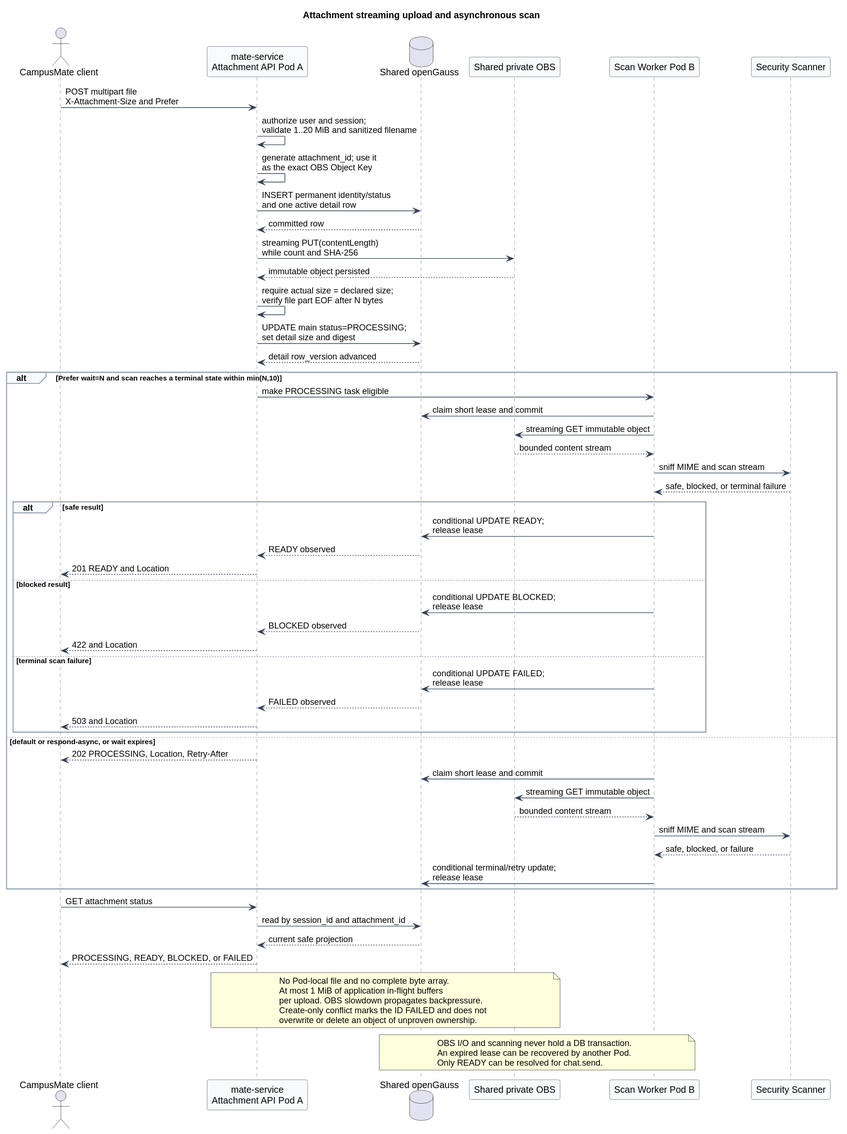
This is campusmate-attachment-service/attachment_upload_and_scan_flow.svg from superheromeZzh/pi-mono-java-design, a PlantUML export, as it was before one commit.
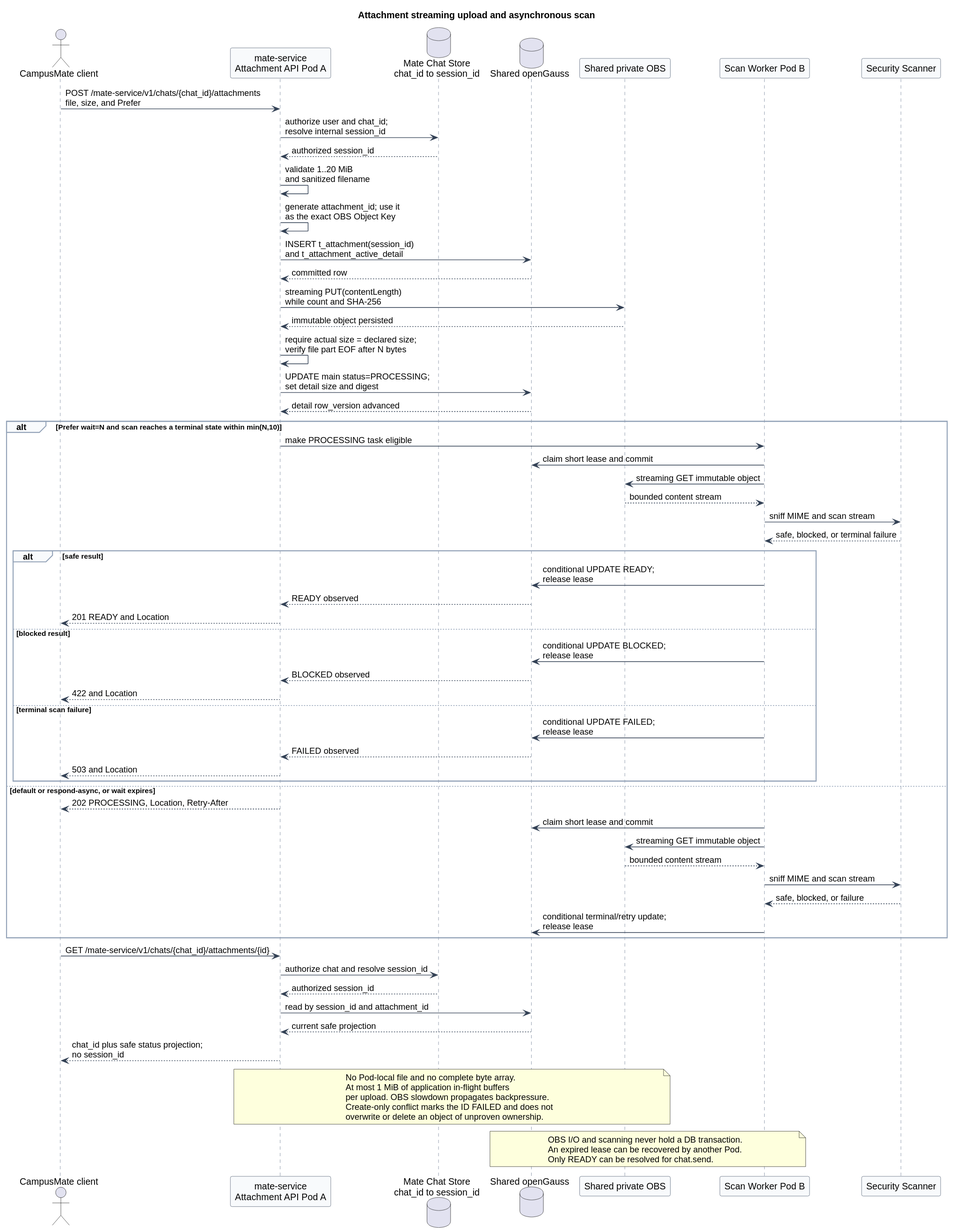
The same diagram one commit later.

Change to the diagram source:
```diff
@@ -17,15 +17,18 @@
 
 actor "CampusMate client" as Client
 participant "mate-service\nAttachment API Pod A" as API
+database "Mate Chat Store\nchat_id to session_id" as ChatStore
 database "Shared openGauss" as DB
 participant "Shared private OBS" as OBS
 participant "Scan Worker Pod B" as Worker
 participant "Security Scanner" as Scanner
 
-Client -> API : POST multipart file\nX-Attachment-Size and Prefer
-API -> API : authorize user and session;\nvalidate 1..20 MiB and sanitized filename
+Client -> API : POST /mate-service/v1/chats/{chat_id}/attachments\nfile, size, and Prefer
+API -> ChatStore : authorize user and chat_id;\nresolve internal session_id
+ChatStore --> API : authorized session_id
+API -> API : validate 1..20 MiB\nand sanitized filename
 API -> API : generate attachment_id; use it\nas the exact OBS Object Key
-API -> DB : INSERT permanent identity/status\nand one active detail row
+API -> DB : INSERT t_attachment(session_id)\nand t_attachment_active_detail
 DB --> API : committed row
 API -> OBS : streaming PUT(contentLength)\nwhile count and SHA-256
 OBS --> API : immutable object persisted
@@ -63,10 +66,12 @@
   Worker -> DB : conditional terminal/retry update;\nrelease lease
 end
 
-Client -> API : GET attachment status
+Client -> API : GET /mate-service/v1/chats/{chat_id}/attachments/{id}
+API -> ChatStore : authorize chat and resolve session_id
+ChatStore --> API : authorized session_id
 API -> DB : read by session_id and attachment_id
 DB --> API : current safe projection
-API --> Client : PROCESSING, READY, BLOCKED, or FAILED
+API --> Client : chat_id plus safe status projection;\nno session_id
 
 note over API,OBS
 No Pod-local file and no complete byte array.
```
